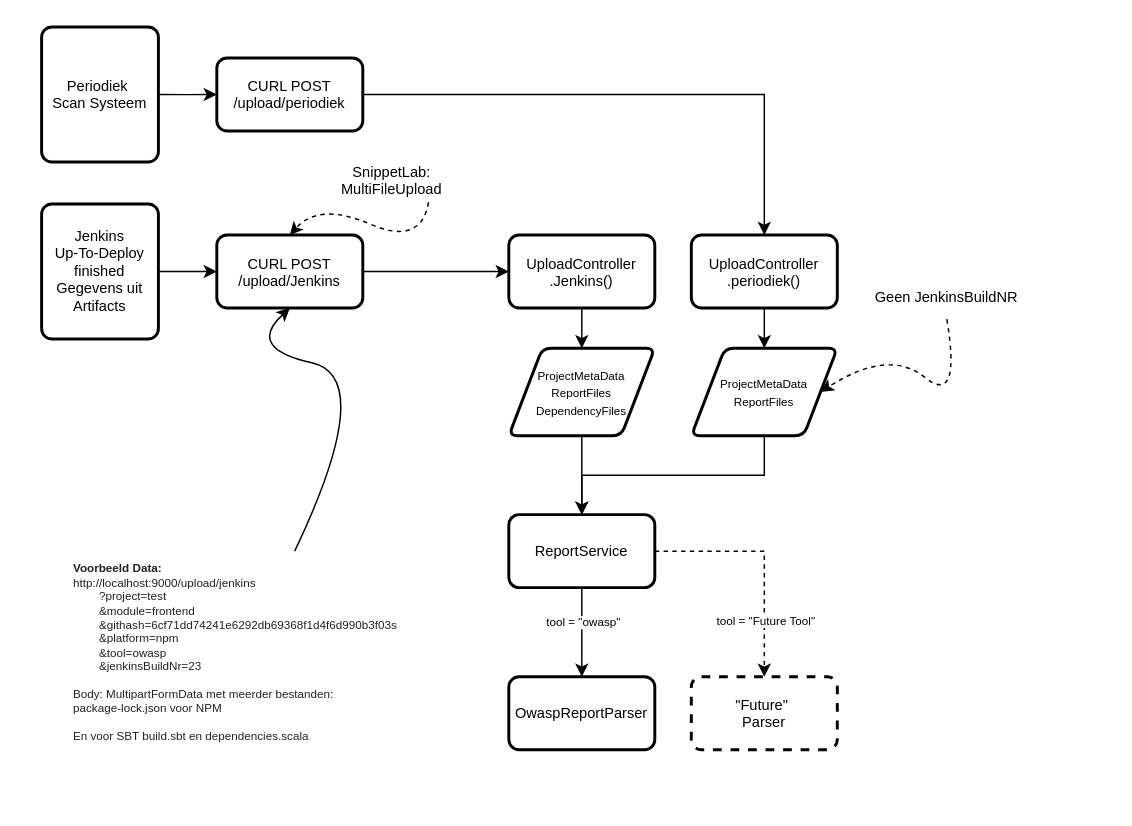
This is page "UploadAnalysisSplit" (8 of 13) of gfx/SOUPAPI.drawio from codefink2020/AfstudeerVerslagFINAL, a draw.io file, before an edit. Source tidied: cells renumbered, new cells numbered last; positions are measured from the earlier drawing's top-left corner, leaving out a move shared by most shapes. Both pictures are drawn from the tidied source at 146%, with x=0, y=0 at pixel (41, 26).
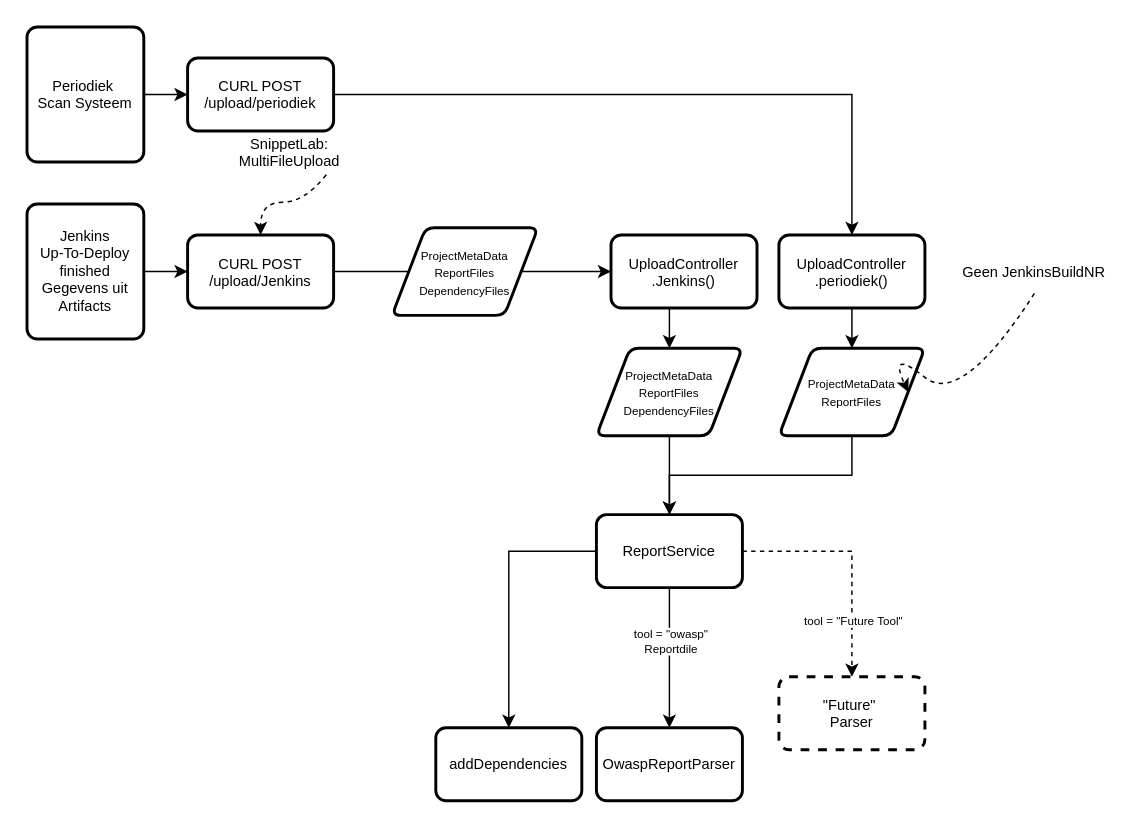
The same page after the edit.

The change refers to these unchanged cells:
```xml
<mxCell id="10" style="edgeStyle=orthogonalEdgeStyle;rounded=0;jettySize=auto;html=1;exitX=0.5;exitY=1;exitDx=0;exitDy=0;fontSize=8;" parent="1" edge="1" source="14" target="19">
  <mxGeometry relative="1" as="geometry" />
</mxCell>
```

Change to the diagram source:
```diff
@@
     <mxCell id="3" value="&lt;font style=&quot;font-size: 10px&quot;&gt;Jenkins&lt;br&gt;Up-To-Deploy finished&lt;br&gt;Gegevens uit Artifacts&lt;br&gt;&lt;/font&gt;" style="rounded=1;whiteSpace=wrap;html=1;absoluteArcSize=1;arcSize=14;strokeWidth=2;labelBackgroundColor=none;fontFamily=Helvetica;fontSize=8;fontColor=#000000;" parent="1" vertex="1">
-      <mxGeometry y="121.2" width="80" height="92.5" as="geometry" />
+      <mxGeometry x="-10" y="121.2" width="80" height="92.5" as="geometry" />
     </mxCell>
-    <mxCell id="4" style="edgeStyle=orthogonalEdgeStyle;rounded=0;jettySize=auto;html=1;exitX=1;exitY=0.5;exitDx=0;exitDy=0;entryX=0;entryY=0.5;entryDx=0;entryDy=0;fontSize=10;" parent="1" edge="1" source="5" target="7">
+    <mxCell id="4" style="edgeStyle=orthogonalEdgeStyle;rounded=0;jettySize=auto;html=1;exitX=1;exitY=0.5;exitDx=0;exitDy=0;entryX=0;entryY=0.5;entryDx=0;entryDy=0;fontSize=10;startArrow=none;" parent="1" edge="1" source="31" target="7">
       <mxGeometry relative="1" as="geometry" />
     </mxCell>
     <mxCell id="5" value="&lt;font style=&quot;font-size: 10px&quot;&gt;CURL POST&lt;br&gt;/upload/Jenkins&lt;br&gt;&lt;/font&gt;" style="rounded=1;whiteSpace=wrap;html=1;absoluteArcSize=1;arcSize=14;strokeWidth=2;labelBackgroundColor=none;fontFamily=Helvetica;fontSize=8;fontColor=#000000;" parent="1" vertex="1">
-      <mxGeometry x="120" y="142.5" width="100" height="50" as="geometry" />
+      <mxGeometry x="100" y="142.5" width="100" height="50" as="geometry" />
     </mxCell>
@@
     <mxCell id="7" value="&lt;font style=&quot;font-size: 10px&quot;&gt;UploadController&lt;br&gt;.Jenkins()&lt;br&gt;&lt;/font&gt;" style="rounded=1;whiteSpace=wrap;html=1;absoluteArcSize=1;arcSize=14;strokeWidth=2;labelBackgroundColor=none;fontFamily=Helvetica;fontSize=8;fontColor=#000000;" parent="1" vertex="1">
-      <mxGeometry x="320" y="142.5" width="100" height="50" as="geometry" />
+      <mxGeometry x="390" y="142.5" width="100" height="50" as="geometry" />
     </mxCell>
     <mxCell id="8" value="SnippetLab: MultiFileUpload" style="text;html=1;strokeColor=none;fillColor=none;align=center;verticalAlign=middle;whiteSpace=wrap;rounded=0;fontSize=10;" parent="1" vertex="1">
-      <mxGeometry x="190" y="90" width="100" height="30" as="geometry" />
+      <mxGeometry x="120" y="71.2" width="100" height="30" as="geometry" />
     </mxCell>
     <mxCell id="9" style="curved=1;endArrow=classic;html=1;rounded=0;dashed=1;fontSize=10;exitX=0.75;exitY=1;exitDx=0;exitDy=0;entryX=0.5;entryY=0;entryDx=0;entryDy=0;" parent="1" edge="1" source="8" target="5">
       <mxGeometry relative="1" as="geometry">
         <Array as="points">
-          <mxPoint x="260" y="150" />
-          <mxPoint x="190" y="120" />
+          <mxPoint x="180" y="120" />
+          <mxPoint x="150" y="120" />
         </Array>
       </mxGeometry>
     </mxCell>
@@
-    <mxCell id="11" value="tool = &quot;owasp&quot;" style="edgeLabel;html=1;align=center;verticalAlign=middle;fontSize=8;" parent="10" vertex="1">
+    <mxCell id="11" value="tool = &quot;owasp&quot;&lt;br&gt;Reportdile" style="edgeLabel;html=1;align=center;verticalAlign=middle;fontSize=8;" parent="10" vertex="1">
       <mxGeometry x="-0.26" relative="1" as="geometry" />
     </mxCell>
@@
     <mxCell id="14" value="&lt;font style=&quot;font-size: 10px&quot;&gt;ReportService&lt;br&gt;&lt;/font&gt;" style="rounded=1;whiteSpace=wrap;html=1;absoluteArcSize=1;arcSize=14;strokeWidth=2;labelBackgroundColor=none;fontFamily=Helvetica;fontSize=8;fontColor=#000000;" parent="1" vertex="1">
-      <mxGeometry x="320" y="334" width="100" height="50" as="geometry" />
+      <mxGeometry x="380" y="334" width="100" height="50" as="geometry" />
     </mxCell>
@@
     <mxCell id="16" value="&lt;font style=&quot;font-size: 8px&quot;&gt;ProjectMetaData&lt;br&gt;ReportFiles&lt;br&gt;DependencyFiles&lt;br&gt;&lt;/font&gt;" style="shape=parallelogram;html=1;strokeWidth=2;perimeter=parallelogramPerimeter;whiteSpace=wrap;rounded=1;arcSize=12;size=0.23;fontSize=10;" parent="1" vertex="1">
-      <mxGeometry x="320" y="220" width="100" height="60" as="geometry" />
+      <mxGeometry x="380" y="220" width="100" height="60" as="geometry" />
     </mxCell>
-    <mxCell id="17" value="&lt;span style=&quot;color: rgb(33 , 33 , 33) ; background-color: rgb(255 , 255 , 255)&quot;&gt;&lt;font style=&quot;font-size: 8px&quot;&gt;&lt;b&gt;Voorbeeld Data:&lt;/b&gt;&lt;br&gt;http://localhost:9000/upload/jenkins&lt;br&gt;&lt;span style=&quot;white-space: pre&quot;&gt;&#9;&lt;/span&gt;?project=test&lt;br&gt;&lt;span style=&quot;white-space: pre&quot;&gt;&#9;&lt;/span&gt;&amp;amp;module=frontend&lt;br&gt;&lt;span style=&quot;white-space: pre&quot;&gt;&#9;&lt;/span&gt;&amp;amp;githash=6cf71dd74241e6292db69368f1d4f6d990b3f03s&lt;br&gt;&lt;span style=&quot;white-space: pre&quot;&gt;&#9;&lt;/span&gt;&amp;amp;platform=npm&lt;br&gt;&lt;span style=&quot;white-space: pre&quot;&gt;&#9;&lt;/span&gt;&amp;amp;tool=owasp&lt;br&gt;&lt;span style=&quot;white-space: pre&quot;&gt;&#9;&lt;/span&gt;&amp;amp;jenkinsBuildNr=23&lt;br&gt;&lt;br&gt;Body: MultipartFormData met meerder bestanden:&lt;br&gt;package-lock.json voor NPM&lt;br&gt;&lt;br&gt;En voor SBT build.sbt en dependencies.scala&lt;br&gt;&lt;/font&gt;&lt;/span&gt;" style="text;html=1;align=left;verticalAlign=middle;points=[];strokeColor=none;fillColor=none;fontSize=8;" parent="1" vertex="1">
-      <mxGeometry x="20" y="359" width="240" height="140" as="geometry" />
-    </mxCell>
-    <mxCell id="18" style="curved=1;endArrow=classic;html=1;rounded=0;fontSize=8;entryX=0.5;entryY=1;entryDx=0;entryDy=0;" parent="1" edge="1" source="17" target="5">
-      <mxGeometry relative="1" as="geometry">
-        <Array as="points">
-          <mxPoint x="230" y="240" />
-          <mxPoint x="140" y="220" />
-        </Array>
-      </mxGeometry>
-    </mxCell>
     <mxCell id="19" value="&lt;font style=&quot;font-size: 10px&quot;&gt;OwaspReportParser&lt;br&gt;&lt;/font&gt;" style="rounded=1;whiteSpace=wrap;html=1;absoluteArcSize=1;arcSize=14;strokeWidth=2;labelBackgroundColor=none;fontFamily=Helvetica;fontSize=8;fontColor=#000000;" parent="1" vertex="1">
-      <mxGeometry x="320" y="445" width="100" height="50" as="geometry" />
+      <mxGeometry x="380" y="480" width="100" height="50" as="geometry" />
     </mxCell>
     <mxCell id="20" value="&lt;font style=&quot;font-size: 10px&quot;&gt;&quot;Future&quot;&amp;nbsp;&lt;br&gt;Parser&lt;br&gt;&lt;/font&gt;" style="rounded=1;whiteSpace=wrap;html=1;absoluteArcSize=1;arcSize=14;strokeWidth=2;labelBackgroundColor=none;fontFamily=Helvetica;fontSize=8;fontColor=#000000;dashed=1;" parent="1" vertex="1">
-      <mxGeometry x="445" y="445" width="100" height="50" as="geometry" />
+      <mxGeometry x="505" y="445" width="100" height="50" as="geometry" />
     </mxCell>
@@
     <mxCell id="22" value="&lt;font style=&quot;font-size: 10px&quot;&gt;Periodiek&amp;nbsp;&lt;br&gt;Scan Systeem&lt;br&gt;&lt;/font&gt;" style="rounded=1;whiteSpace=wrap;html=1;absoluteArcSize=1;arcSize=14;strokeWidth=2;labelBackgroundColor=none;fontFamily=Helvetica;fontSize=8;fontColor=#000000;" parent="1" vertex="1">
-      <mxGeometry width="80" height="92.5" as="geometry" />
+      <mxGeometry x="-10" width="80" height="92.5" as="geometry" />
     </mxCell>
@@
     <mxCell id="24" value="&lt;font style=&quot;font-size: 10px&quot;&gt;CURL POST&lt;br&gt;/upload/periodiek&lt;br&gt;&lt;/font&gt;" style="rounded=1;whiteSpace=wrap;html=1;absoluteArcSize=1;arcSize=14;strokeWidth=2;labelBackgroundColor=none;fontFamily=Helvetica;fontSize=8;fontColor=#000000;" parent="1" vertex="1">
-      <mxGeometry x="120" y="21.2" width="100" height="50" as="geometry" />
+      <mxGeometry x="100" y="21.2" width="100" height="50" as="geometry" />
     </mxCell>
@@
     <mxCell id="26" value="&lt;font style=&quot;font-size: 10px&quot;&gt;UploadController&lt;br&gt;.periodiek()&lt;br&gt;&lt;/font&gt;" style="rounded=1;whiteSpace=wrap;html=1;absoluteArcSize=1;arcSize=14;strokeWidth=2;labelBackgroundColor=none;fontFamily=Helvetica;fontSize=8;fontColor=#000000;" parent="1" vertex="1">
-      <mxGeometry x="445" y="142.5" width="100" height="50" as="geometry" />
+      <mxGeometry x="505" y="142.5" width="100" height="50" as="geometry" />
     </mxCell>
@@
     <mxCell id="28" value="&lt;font style=&quot;font-size: 8px&quot;&gt;ProjectMetaData&lt;br&gt;ReportFiles&lt;br&gt;&lt;/font&gt;" style="shape=parallelogram;html=1;strokeWidth=2;perimeter=parallelogramPerimeter;whiteSpace=wrap;rounded=1;arcSize=12;size=0.23;fontSize=10;" parent="1" vertex="1">
-      <mxGeometry x="445" y="220" width="100" height="60" as="geometry" />
+      <mxGeometry x="505" y="220" width="100" height="60" as="geometry" />
     </mxCell>
     <mxCell id="29" value="Geen JenkinsBuildNR" style="text;html=1;strokeColor=none;fillColor=none;align=center;verticalAlign=middle;whiteSpace=wrap;rounded=0;fontSize=10;" parent="1" vertex="1">
-      <mxGeometry x="570" y="170" width="100" height="30" as="geometry" />
+      <mxGeometry x="630" y="152.5" width="100" height="30" as="geometry" />
     </mxCell>
@@
+    <mxCell id="31" value="&lt;font style=&quot;font-size: 8px&quot;&gt;ProjectMetaData&lt;br&gt;ReportFiles&lt;br&gt;DependencyFiles&lt;br&gt;&lt;/font&gt;" style="shape=parallelogram;html=1;strokeWidth=2;perimeter=parallelogramPerimeter;whiteSpace=wrap;rounded=1;arcSize=12;size=0.23;fontSize=10;" parent="1" vertex="1">
+      <mxGeometry x="240" y="137.5" width="100" height="60" as="geometry" />
+    </mxCell>
+    <mxCell id="32" style="edgeStyle=orthogonalEdgeStyle;rounded=0;jettySize=auto;html=1;exitX=1;exitY=0.5;exitDx=0;exitDy=0;entryX=0;entryY=0.5;entryDx=0;entryDy=0;fontSize=10;endArrow=none;" parent="1" edge="1" source="5" target="31">
+      <mxGeometry relative="1" as="geometry" />
+    </mxCell>
+    <mxCell id="33" value="&lt;font style=&quot;font-size: 10px&quot;&gt;addDependencies&lt;br&gt;&lt;/font&gt;" style="rounded=1;whiteSpace=wrap;html=1;absoluteArcSize=1;arcSize=14;strokeWidth=2;labelBackgroundColor=none;fontFamily=Helvetica;fontSize=8;fontColor=#000000;" parent="1" vertex="1">
+      <mxGeometry x="270" y="480" width="100" height="50" as="geometry" />
+    </mxCell>
+    <mxCell id="34" style="endArrow=classic;html=1;rounded=0;fontSize=10;exitX=0;exitY=0.5;exitDx=0;exitDy=0;entryX=0.5;entryY=0;entryDx=0;entryDy=0;" parent="1" edge="1" source="14" target="33">
+      <mxGeometry relative="1" as="geometry">
+        <Array as="points">
+          <mxPoint x="320" y="359" />
+        </Array>
+      </mxGeometry>
+    </mxCell>
```
